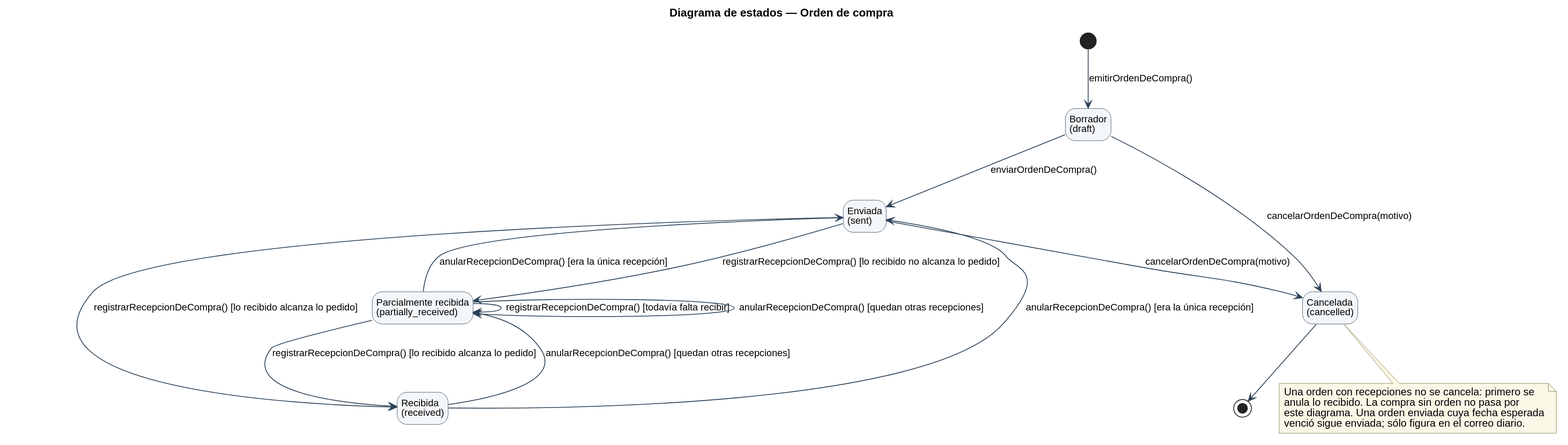
Nahuelito-Dev/splg-docs keeps this PlantUML diagram as diagramas/uml/UML_Estados_OrdenDeCompra.svg. Above is the earlier version. The source it was exported from:
```plantuml
@startuml
title Diagrama de estados — Orden de compra
skinparam backgroundColor #FFFFFF
skinparam shadowing false
skinparam defaultFontName Helvetica
skinparam defaultFontSize 13
skinparam dpi 150
skinparam ArrowColor #2C4257
skinparam state {
  BorderColor #2C4257
  BackgroundColor #F4F7FA
  StartColor #2C4257
  EndColor #2C4257
  AttributeFontSize 12
}
skinparam ArrowFontSize 12
skinparam NoteBackgroundColor #FBF7E6
skinparam NoteBorderColor #7A7340
hide empty description
state "Borrador\n(draft)" as draft
state "Enviada\n(sent)" as sent
state "Parcialmente recibida\n(partially_received)" as partial
state "Recibida\n(received)" as received
state "Cancelada\n(cancelled)" as cancelled

[*] --> draft : emitirOrdenDeCompra()
draft --> sent : enviarOrdenDeCompra()
draft --> cancelled : cancelarOrdenDeCompra(motivo)
sent --> cancelled : cancelarOrdenDeCompra(motivo)
sent --> partial : registrarRecepcionDeCompra() [lo recibido no alcanza lo pedido]
sent --> received : registrarRecepcionDeCompra() [lo recibido alcanza lo pedido]
partial --> partial : registrarRecepcionDeCompra() [todavía falta recibir]
partial --> partial : anularRecepcionDeCompra() [quedan otras recepciones]
partial --> received : registrarRecepcionDeCompra() [lo recibido alcanza lo pedido]
received --> partial : anularRecepcionDeCompra() [quedan otras recepciones]
received --> sent : anularRecepcionDeCompra() [era la única recepción]
partial --> sent : anularRecepcionDeCompra() [era la única recepción]
cancelled --> [*]

note bottom of cancelled
  Una orden con recepciones no se cancela: primero se
  anula lo recibido. La compra sin orden no pasa por
  este diagrama. Una orden enviada cuya fecha esperada
  venció sigue enviada; sólo figura en el correo diario.
end note
@enduml
```
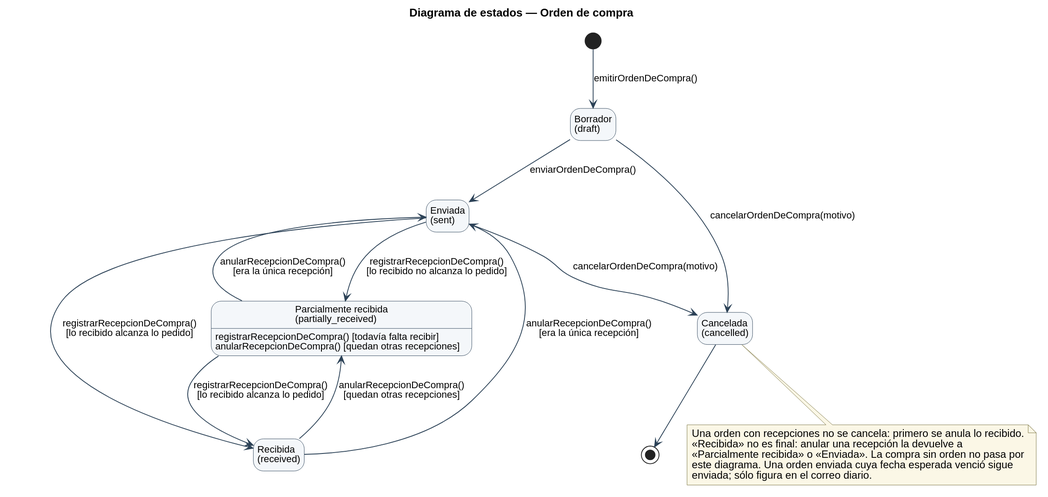
Later version of the same file.

Change to the diagram source:
```diff
@@ -27,20 +27,21 @@
 draft --> sent : enviarOrdenDeCompra()
 draft --> cancelled : cancelarOrdenDeCompra(motivo)
 sent --> cancelled : cancelarOrdenDeCompra(motivo)
-sent --> partial : registrarRecepcionDeCompra() [lo recibido no alcanza lo pedido]
-sent --> received : registrarRecepcionDeCompra() [lo recibido alcanza lo pedido]
-partial --> partial : registrarRecepcionDeCompra() [todavía falta recibir]
-partial --> partial : anularRecepcionDeCompra() [quedan otras recepciones]
-partial --> received : registrarRecepcionDeCompra() [lo recibido alcanza lo pedido]
-received --> partial : anularRecepcionDeCompra() [quedan otras recepciones]
-received --> sent : anularRecepcionDeCompra() [era la única recepción]
-partial --> sent : anularRecepcionDeCompra() [era la única recepción]
+sent --> partial : registrarRecepcionDeCompra()\n[lo recibido no alcanza lo pedido]
+sent --> received : registrarRecepcionDeCompra()\n[lo recibido alcanza lo pedido]
+partial : registrarRecepcionDeCompra() [todavía falta recibir]
+partial : anularRecepcionDeCompra() [quedan otras recepciones]
+partial --> received : registrarRecepcionDeCompra()\n[lo recibido alcanza lo pedido]
+received --> partial : anularRecepcionDeCompra()\n[quedan otras recepciones]
+received --> sent : anularRecepcionDeCompra()\n[era la única recepción]
+partial --> sent : anularRecepcionDeCompra()\n[era la única recepción]
 cancelled --> [*]
 
 note bottom of cancelled
-  Una orden con recepciones no se cancela: primero se
-  anula lo recibido. La compra sin orden no pasa por
-  este diagrama. Una orden enviada cuya fecha esperada
-  venció sigue enviada; sólo figura en el correo diario.
+  Una orden con recepciones no se cancela: primero se anula lo recibido.
+  «Recibida» no es final: anular una recepción la devuelve a
+  «Parcialmente recibida» o «Enviada». La compra sin orden no pasa por
+  este diagrama. Una orden enviada cuya fecha esperada venció sigue
+  enviada; sólo figura en el correo diario.
 end note
 @enduml
```
